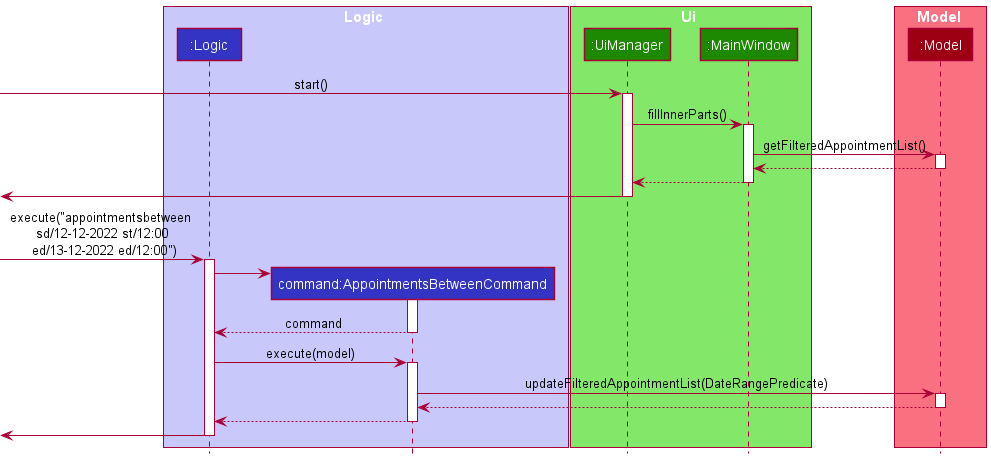
The PlantUML diagram docs/images/AppointmentFilterSequenceDiagram.png in nus-cs2103-AY2122S2/tp, before a commit.
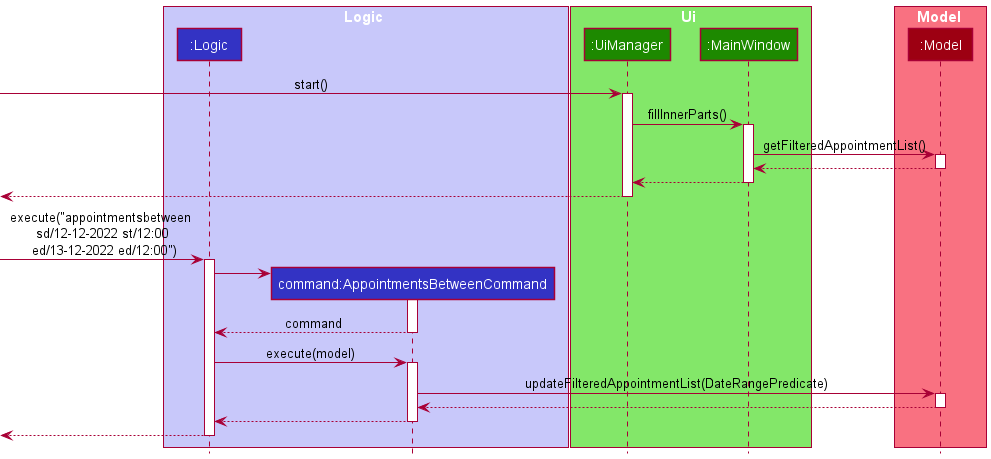
The same diagram one commit later.

Commit message:
Fix sequence diagram return line

Change to the diagram source:
```diff
@@ -25,7 +25,7 @@
 deactivate Model
 UiManager <-- MainWindow
 deactivate MainWindow
-[<- UiManager
+[<-- UiManager
 deactivate UiManager
 
 [-> Logic : execute("appointmentsbetween \n sd/12-12-2022 st/12:00 \n ed/13-12-2022 ed/12:00")
@@ -43,7 +43,7 @@
 deactivate Model
 Logic <-- Command
 deactivate Command
-[<- Logic
+[<-- Logic
 deactivate Logic
 
 
```
